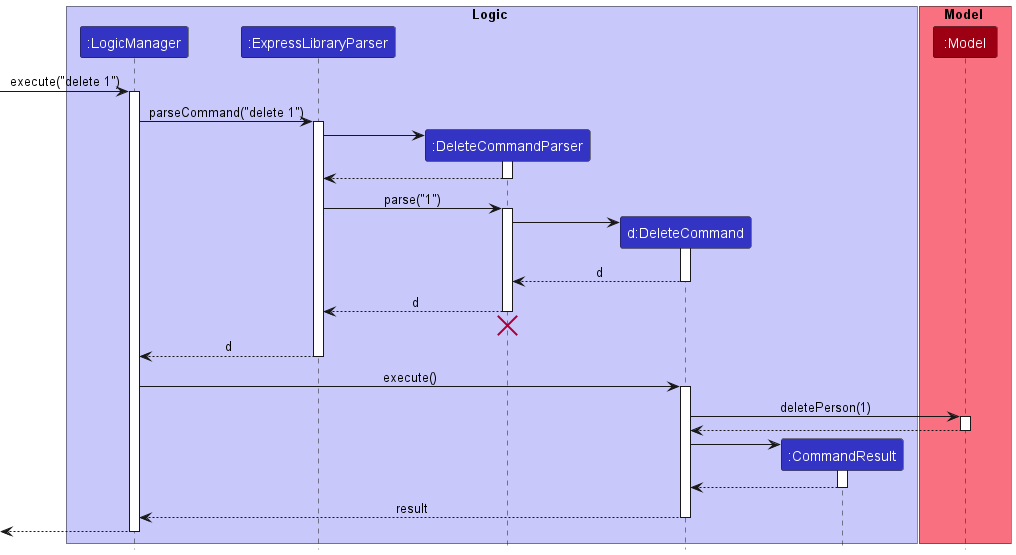
Before: docs/images/DeleteSequenceDiagram.png, a diagram exported from PlantUML (nus-cs2103-AY2223S2/tp).
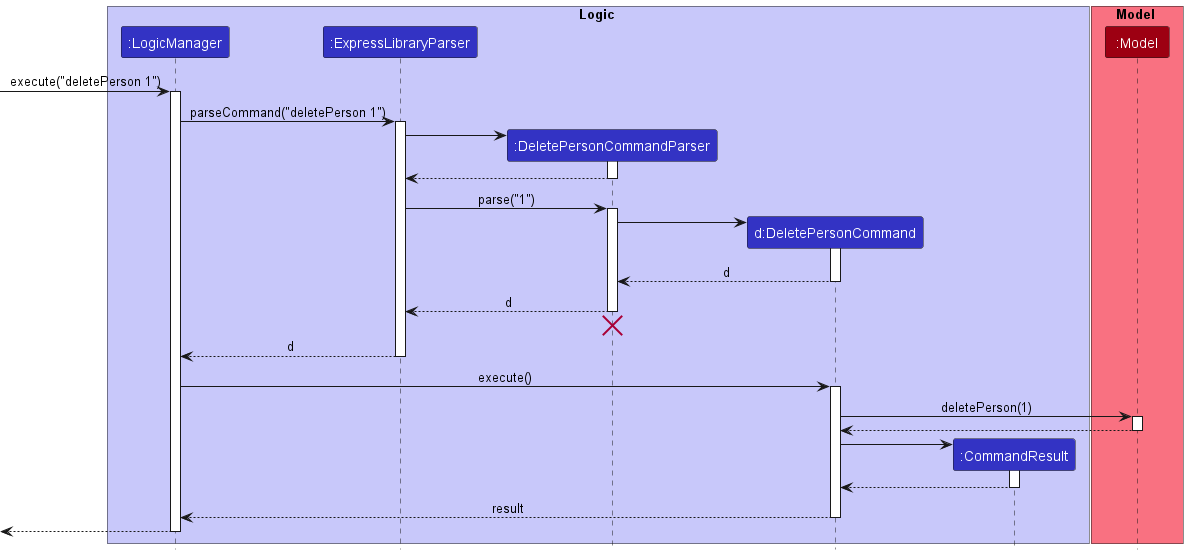
The same diagram one commit later.

Commit message:
Update UG and DG, modify sequence diagrams

Change to the diagram source:
```diff
@@ -4,8 +4,8 @@
 box Logic LOGIC_COLOR_T1
 participant ":LogicManager" as LogicManager LOGIC_COLOR
 participant ":ExpressLibraryParser" as ExpressLibraryParser LOGIC_COLOR
-participant ":DeleteCommandParser" as DeleteCommandParser LOGIC_COLOR
-participant "d:DeleteCommand" as DeleteCommand LOGIC_COLOR
+participant ":DeletePersonCommandParser" as DeletePersonCommandParser LOGIC_COLOR
+participant "d:DeletePersonCommand" as DeletePersonCommand LOGIC_COLOR
 participant ":CommandResult" as CommandResult LOGIC_COLOR
 end box
 
@@ -13,55 +13,55 @@
 participant ":Model" as Model MODEL_COLOR
 end box
 
-[-> LogicManager : execute("delete 1")
+[-> LogicManager : execute("deletePerson 1")
 activate LogicManager
 
-LogicManager -> ExpressLibraryParser : parseCommand("delete 1")
+LogicManager -> ExpressLibraryParser : parseCommand("deletePerson 1")
 activate ExpressLibraryParser
 
-create DeleteCommandParser
-ExpressLibraryParser -> DeleteCommandParser
-activate DeleteCommandParser
+create DeletePersonCommandParser
+ExpressLibraryParser -> DeletePersonCommandParser
+activate DeletePersonCommandParser
 
-DeleteCommandParser --> ExpressLibraryParser
-deactivate DeleteCommandParser
+DeletePersonCommandParser --> ExpressLibraryParser
+deactivate DeletePersonCommandParser
 
-ExpressLibraryParser -> DeleteCommandParser : parse("1")
-activate DeleteCommandParser
+ExpressLibraryParser -> DeletePersonCommandParser : parse("1")
+activate DeletePersonCommandParser
 
-create DeleteCommand
-DeleteCommandParser -> DeleteCommand
-activate DeleteCommand
+create DeletePersonCommand
+DeletePersonCommandParser -> DeletePersonCommand
+activate DeletePersonCommand
 
-DeleteCommand --> DeleteCommandParser : d
-deactivate DeleteCommand
+DeletePersonCommand --> DeletePersonCommandParser : d
+deactivate DeletePersonCommand
 
-DeleteCommandParser --> ExpressLibraryParser : d
-deactivate DeleteCommandParser
-DeleteCommandParser -[hidden]-> ExpressLibraryParser
-destroy DeleteCommandParser
+DeletePersonCommandParser --> ExpressLibraryParser : d
+deactivate DeletePersonCommandParser
+DeletePersonCommandParser -[hidden]-> ExpressLibraryParser
+destroy DeletePersonCommandParser
 
 ExpressLibraryParser --> LogicManager : d
 deactivate ExpressLibraryParser
 
-LogicManager -> DeleteCommand : execute()
-activate DeleteCommand
+LogicManager -> DeletePersonCommand : execute()
+activate DeletePersonCommand
 
-DeleteCommand -> Model : deletePerson(1)
+DeletePersonCommand -> Model : deletePerson(1)
 activate Model
 
-Model --> DeleteCommand
+Model --> DeletePersonCommand
 deactivate Model
 
 create CommandResult
-DeleteCommand -> CommandResult
+DeletePersonCommand -> CommandResult
 activate CommandResult
 
-CommandResult --> DeleteCommand
+CommandResult --> DeletePersonCommand
 deactivate CommandResult
 
-DeleteCommand --> LogicManager : result
-deactivate DeleteCommand
+DeletePersonCommand --> LogicManager : result
+deactivate DeletePersonCommand
 
 [<--LogicManager
 deactivate LogicManager
```
